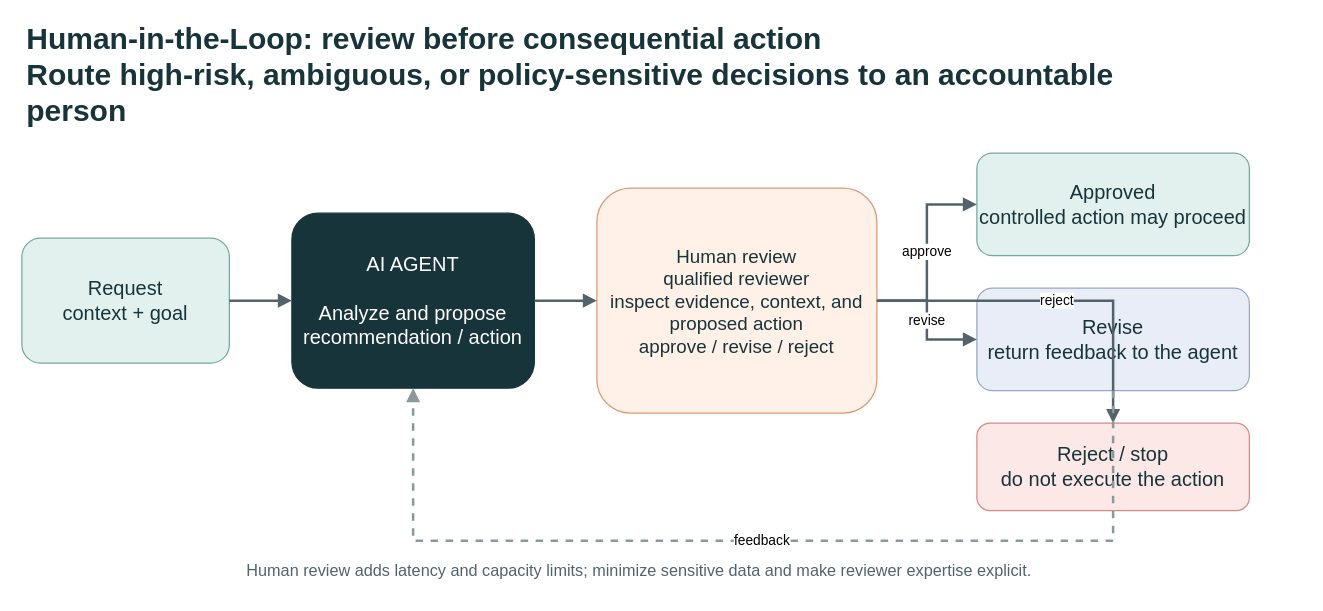
This is docs/images/human-in-the-loop-visual-summary.drawio from evoiz/Agentic-Design-Patterns, a draw.io file, before an edit. Source tidied: cells renumbered, new cells numbered last; positions are measured from the earlier drawing's top-left corner, leaving out a move shared by most shapes. Both pictures are drawn from the tidied source at 125%, with x=0, y=0 at pixel (21, 30).
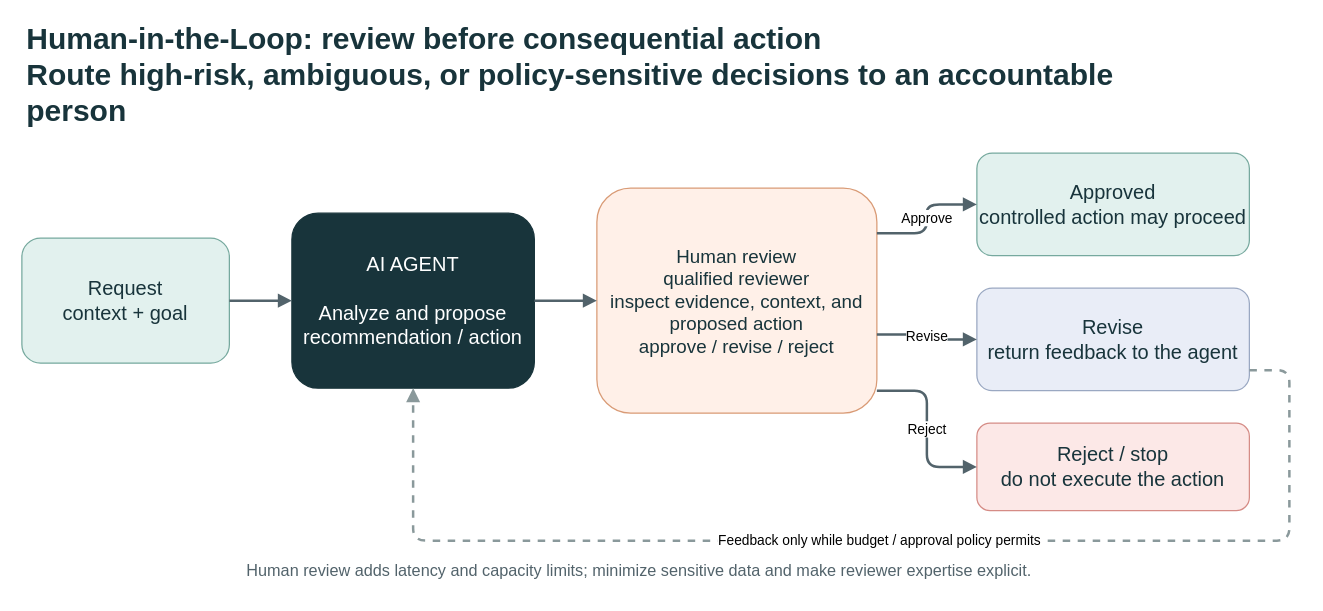
After the change.

Unchanged cells that the change refers to:
```xml
<mxCell id="4" value="AI AGENT&#10;&#10;Analyze and propose&#10;recommendation / action" style="rounded=1;whiteSpace=wrap;html=1;fillColor=#18343B;strokeColor=#18343B;fontColor=#FFFFFF;fontSize=16;" parent="1" vertex="1">
  <mxGeometry x="216" y="146" width="194" height="140" as="geometry" />
</mxCell>
<mxCell id="5" value="Human review&#10;qualified reviewer&#10;inspect evidence, context, and proposed action&#10;approve / revise / reject" style="rounded=1;whiteSpace=wrap;html=1;fillColor=#FFF0E8;strokeColor=#D99B76;fontColor=#18343B;fontSize=15;" parent="1" vertex="1">
  <mxGeometry x="460" y="126" width="224" height="180" as="geometry" />
</mxCell>
<mxCell id="6" value="Approved&#10;controlled action may proceed" style="rounded=1;whiteSpace=wrap;html=1;fillColor=#E2F1EE;strokeColor=#76A99E;fontColor=#18343B;fontSize=16;" parent="1" vertex="1">
  <mxGeometry x="764" y="98" width="218" height="82" as="geometry" />
</mxCell>
<mxCell id="7" value="Revise&#10;return feedback to the agent" style="rounded=1;whiteSpace=wrap;html=1;fillColor=#E9EDF7;strokeColor=#9AA8C2;fontColor=#18343B;fontSize=16;" parent="1" vertex="1">
  <mxGeometry x="764" y="206" width="218" height="82" as="geometry" />
</mxCell>
<mxCell id="8" value="Reject / stop&#10;do not execute the action" style="rounded=1;whiteSpace=wrap;html=1;fillColor=#FCE8E7;strokeColor=#D58C86;fontColor=#18343B;fontSize=16;" parent="1" vertex="1">
  <mxGeometry x="764" y="314" width="218" height="70" as="geometry" />
</mxCell>
```

Change to the diagram source:
```diff
@@
-    <mxCell id="11" value="approve" style="edgeStyle=orthogonalEdgeStyle;rounded=0;jettySize=auto;html=1;endArrow=block;endFill=1;strokeColor=#52636B;strokeWidth=2;" parent="1" edge="1" source="5" target="6">
-      <mxGeometry relative="1" as="geometry" />
+    <mxCell id="11" value="Approve" style="edgeStyle=orthogonalEdgeStyle;html=1;endArrow=block;strokeColor=#52636B;strokeWidth=2;exitX=1;exitY=0.2;entryX=0;entryY=0.5;labelBackgroundColor=#FFFFFF;" parent="1" edge="1" source="5" target="6">
+      <mxGeometry relative="1" as="geometry">
+        <Array as="points">
+          <mxPoint x="724" y="162" />
+          <mxPoint x="724" y="139" />
+        </Array>
+      </mxGeometry>
     </mxCell>
-    <mxCell id="12" value="revise" style="edgeStyle=orthogonalEdgeStyle;rounded=0;jettySize=auto;html=1;endArrow=block;endFill=1;strokeColor=#52636B;strokeWidth=2;" parent="1" edge="1" source="5" target="7">
+    <mxCell id="12" value="Revise" style="edgeStyle=orthogonalEdgeStyle;html=1;endArrow=block;strokeColor=#52636B;strokeWidth=2;exitX=1;exitY=0.65;entryX=0;entryY=0.5;labelBackgroundColor=#FFFFFF;" parent="1" edge="1" source="5" target="7">
       <mxGeometry relative="1" as="geometry" />
     </mxCell>
-    <mxCell id="13" value="reject" style="edgeStyle=orthogonalEdgeStyle;rounded=0;jettySize=auto;html=1;endArrow=block;endFill=1;strokeColor=#52636B;strokeWidth=2;" parent="1" edge="1" source="5" target="8">
-      <mxGeometry relative="1" as="geometry" />
+    <mxCell id="13" value="Reject" style="edgeStyle=orthogonalEdgeStyle;html=1;endArrow=block;strokeColor=#52636B;strokeWidth=2;exitX=1;exitY=0.9;entryX=0;entryY=0.5;labelBackgroundColor=#FFFFFF;" parent="1" edge="1" source="5" target="8">
+      <mxGeometry relative="1" as="geometry">
+        <Array as="points">
+          <mxPoint x="724" y="288" />
+          <mxPoint x="724" y="349" />
+        </Array>
+      </mxGeometry>
     </mxCell>
-    <mxCell id="14" value="feedback" style="edgeStyle=orthogonalEdgeStyle;rounded=0;jettySize=auto;html=1;endArrow=block;endFill=1;strokeColor=#8A999B;strokeWidth=2;dashed=1;" parent="1" edge="1" source="7" target="4">
+    <mxCell id="14" value="Feedback only while budget / approval policy permits" style="edgeStyle=orthogonalEdgeStyle;html=1;endArrow=block;strokeColor=#8A999B;strokeWidth=2;dashed=1;exitX=1;exitY=0.8;entryX=0.5;entryY=1;labelBackgroundColor=#FFFFFF;" parent="1" edge="1" source="7" target="4">
       <mxGeometry relative="1" as="geometry">
         <Array as="points">
-          <mxPoint x="873" y="408" />
+          <mxPoint x="1014" y="272" />
+          <mxPoint x="1014" y="408" />
           <mxPoint x="313" y="408" />
         </Array>
       </mxGeometry>
     </mxCell>
```
